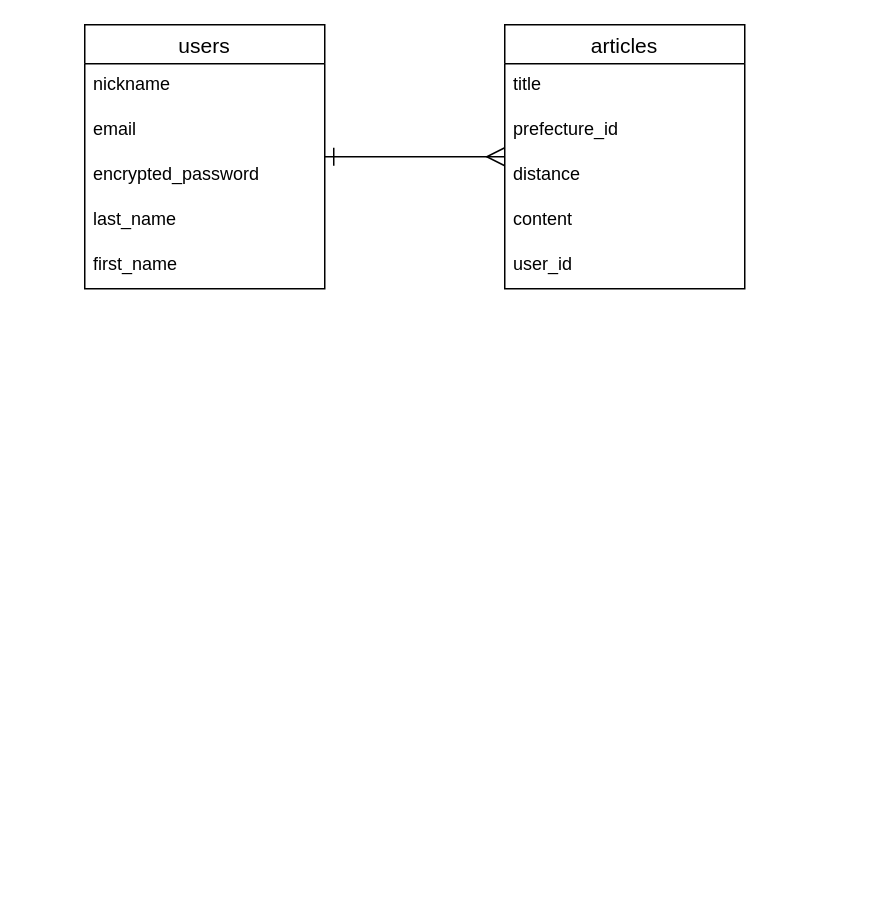
The draw.io diagram ER.dio in kyoyasai/cycle-app, before the edit. Source tidied: cells renumbered, new cells numbered last; positions are measured from the earlier drawing's top-left corner, leaving out a move shared by most shapes. Both pictures are drawn from the tidied source at 150%, with x=0, y=0 at pixel (84, 24).
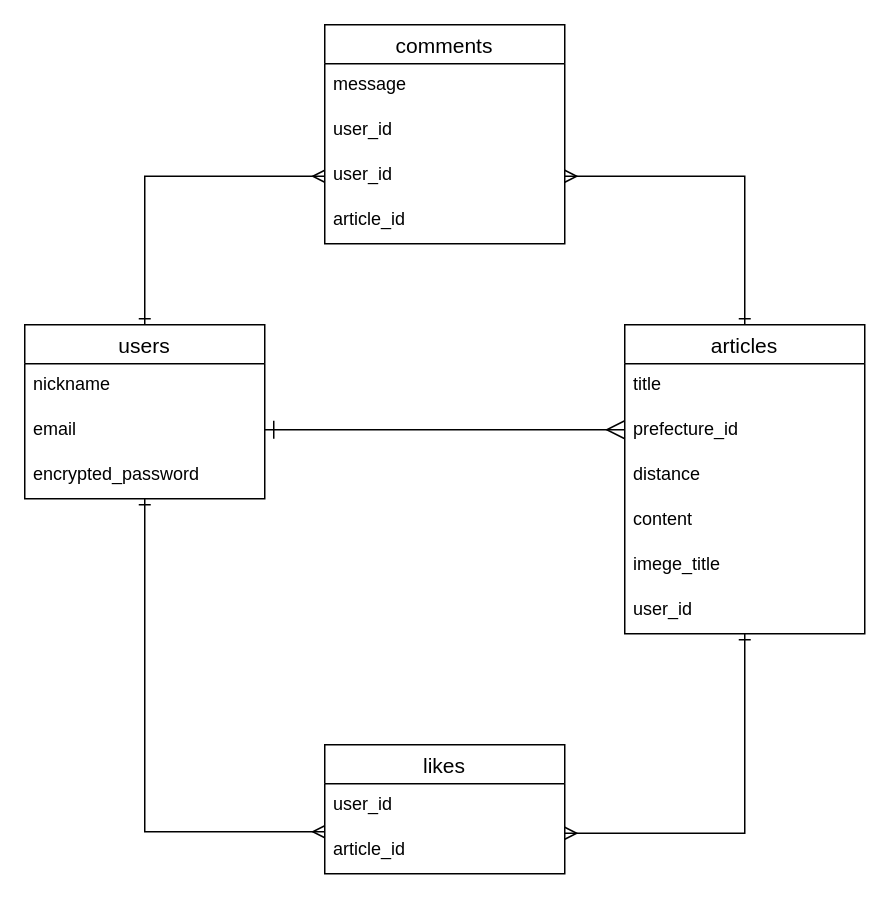
After the change.

Change to the diagram source:
```diff
@@
     <mxCell id="2" style="edgeStyle=orthogonalEdgeStyle;rounded=0;jettySize=auto;html=1;startArrow=ERone;startFill=0;endArrow=ERmany;endFill=0;endSize=10;startSize=10;" parent="1" edge="1" source="3" target="9">
-      <mxGeometry relative="1" as="geometry" />
+      <mxGeometry relative="1" as="geometry">
+        <Array as="points">
+          <mxPoint x="230" y="270" />
+          <mxPoint x="230" y="270" />
+        </Array>
+      </mxGeometry>
     </mxCell>
+    <mxCell id="15" style="edgeStyle=orthogonalEdgeStyle;rounded=0;jettySize=auto;html=1;exitX=0.5;exitY=0;exitDx=0;exitDy=0;entryX=0;entryY=0.5;entryDx=0;entryDy=0;endArrow=ERmany;endFill=0;startArrow=ERone;startFill=0;" parent="1" edge="1" source="3" target="23">
+      <mxGeometry relative="1" as="geometry" />
+    </mxCell>
+    <mxCell id="16" style="edgeStyle=orthogonalEdgeStyle;rounded=0;jettySize=auto;html=1;entryX=0;entryY=1.067;entryDx=0;entryDy=0;entryPerimeter=0;startArrow=ERone;startFill=0;endArrow=ERmany;endFill=0;" parent="1" edge="1" source="3" target="26">
+      <mxGeometry relative="1" as="geometry" />
+    </mxCell>
     <mxCell id="3" value="users" style="swimlane;fontStyle=0;horizontal=1;startSize=26;align=center;fontSize=14;" parent="1" vertex="1">
-      <mxGeometry width="160" height="176" as="geometry" />
+      <mxGeometry x="-40" y="200" width="160" height="116" as="geometry" />
     </mxCell>
@@
-    <mxCell id="7" value="last_name" style="text;strokeColor=none;fillColor=none;spacingLeft=4;spacingRight=4;overflow=hidden;fontSize=12;" parent="3" vertex="1">
-      <mxGeometry y="116" width="160" height="30" as="geometry" />
-    </mxCell>
-    <mxCell id="8" value="first_name" style="text;strokeColor=none;fillColor=none;spacingLeft=4;spacingRight=4;overflow=hidden;fontSize=12;" parent="3" vertex="1">
-      <mxGeometry y="146" width="160" height="30" as="geometry" />
-    </mxCell>
+    <mxCell id="17" style="edgeStyle=orthogonalEdgeStyle;rounded=0;jettySize=auto;html=1;exitX=0.5;exitY=0;exitDx=0;exitDy=0;entryX=1;entryY=0.5;entryDx=0;entryDy=0;endArrow=ERmany;endFill=0;startArrow=ERone;startFill=0;" parent="1" edge="1" source="9" target="23">
+      <mxGeometry relative="1" as="geometry" />
+    </mxCell>
+    <mxCell id="18" style="edgeStyle=orthogonalEdgeStyle;rounded=0;jettySize=auto;html=1;entryX=1;entryY=0.1;entryDx=0;entryDy=0;entryPerimeter=0;startArrow=ERone;startFill=0;endArrow=ERmany;endFill=0;" parent="1" edge="1" source="9" target="27">
+      <mxGeometry relative="1" as="geometry" />
+    </mxCell>
     <mxCell id="9" value="articles" style="swimlane;fontStyle=0;horizontal=1;startSize=26;align=center;fontSize=14;" parent="1" vertex="1">
-      <mxGeometry x="280" width="160" height="176" as="geometry" />
+      <mxGeometry x="360" y="200" width="160" height="206" as="geometry" />
     </mxCell>
@@
+    <mxCell id="19" value="imege_title" style="text;strokeColor=none;fillColor=none;spacingLeft=4;spacingRight=4;overflow=hidden;fontSize=12;" parent="9" vertex="1">
+      <mxGeometry y="146" width="160" height="30" as="geometry" />
+    </mxCell>
     <mxCell id="14" value="user_id" style="text;strokeColor=none;fillColor=none;spacingLeft=4;spacingRight=4;overflow=hidden;fontSize=12;" parent="9" vertex="1">
-      <mxGeometry y="146" width="160" height="30" as="geometry" />
+      <mxGeometry y="176" width="160" height="30" as="geometry" />
     </mxCell>
+    <mxCell id="20" value="comments" style="swimlane;fontStyle=0;horizontal=1;startSize=26;align=center;fontSize=14;" parent="1" vertex="1">
+      <mxGeometry x="160" width="160" height="146" as="geometry" />
+    </mxCell>
+    <mxCell id="21" value="message" style="text;strokeColor=none;fillColor=none;spacingLeft=4;spacingRight=4;overflow=hidden;fontSize=12;" parent="20" vertex="1">
+      <mxGeometry y="26" width="160" height="30" as="geometry" />
+    </mxCell>
+    <mxCell id="22" value="user_id" style="text;strokeColor=none;fillColor=none;spacingLeft=4;spacingRight=4;overflow=hidden;fontSize=12;" parent="20" vertex="1">
+      <mxGeometry y="56" width="160" height="30" as="geometry" />
+    </mxCell>
+    <mxCell id="23" value="user_id" style="text;strokeColor=none;fillColor=none;spacingLeft=4;spacingRight=4;overflow=hidden;points=[[0,0.5],[1,0.5]];portConstraint=eastwest;fontSize=12;" parent="20" vertex="1">
+      <mxGeometry y="86" width="160" height="30" as="geometry" />
+    </mxCell>
+    <mxCell id="24" value="article_id" style="text;strokeColor=none;fillColor=none;spacingLeft=4;spacingRight=4;overflow=hidden;fontSize=12;" parent="20" vertex="1">
+      <mxGeometry y="116" width="160" height="30" as="geometry" />
+    </mxCell>
+    <mxCell id="25" value="likes" style="swimlane;fontStyle=0;horizontal=1;startSize=26;align=center;fontSize=14;" parent="1" vertex="1">
+      <mxGeometry x="160" y="480" width="160" height="86" as="geometry" />
+    </mxCell>
+    <mxCell id="26" value="user_id" style="text;strokeColor=none;fillColor=none;spacingLeft=4;spacingRight=4;overflow=hidden;points=[[0,0.5],[1,0.5]];portConstraint=eastwest;fontSize=12;" parent="25" vertex="1">
+      <mxGeometry y="26" width="160" height="30" as="geometry" />
+    </mxCell>
+    <mxCell id="27" value="article_id" style="text;strokeColor=none;fillColor=none;spacingLeft=4;spacingRight=4;overflow=hidden;points=[[0,0.5],[1,0.5]];portConstraint=eastwest;fontSize=12;" parent="25" vertex="1">
+      <mxGeometry y="56" width="160" height="30" as="geometry" />
+    </mxCell>
```
